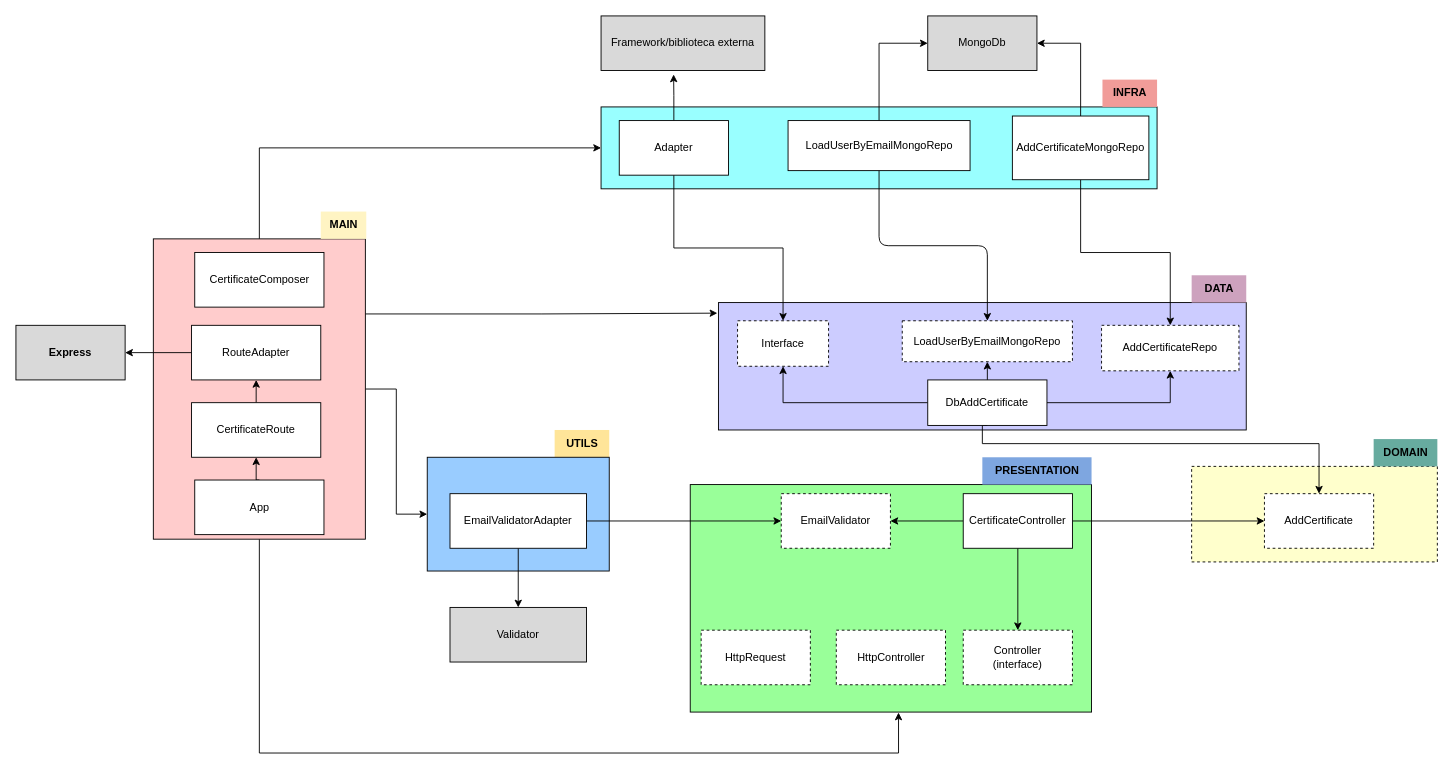
Before: clean-architecture-certificates.drawio in zoccalucas/engenharia-de-software, a draw.io diagram. Source tidied: cells renumbered, new cells numbered last; positions are measured from the earlier drawing's top-left corner, leaving out a move shared by most shapes. Both pictures are drawn from the tidied source at 91%, with x=0, y=0 at pixel (15, 15).
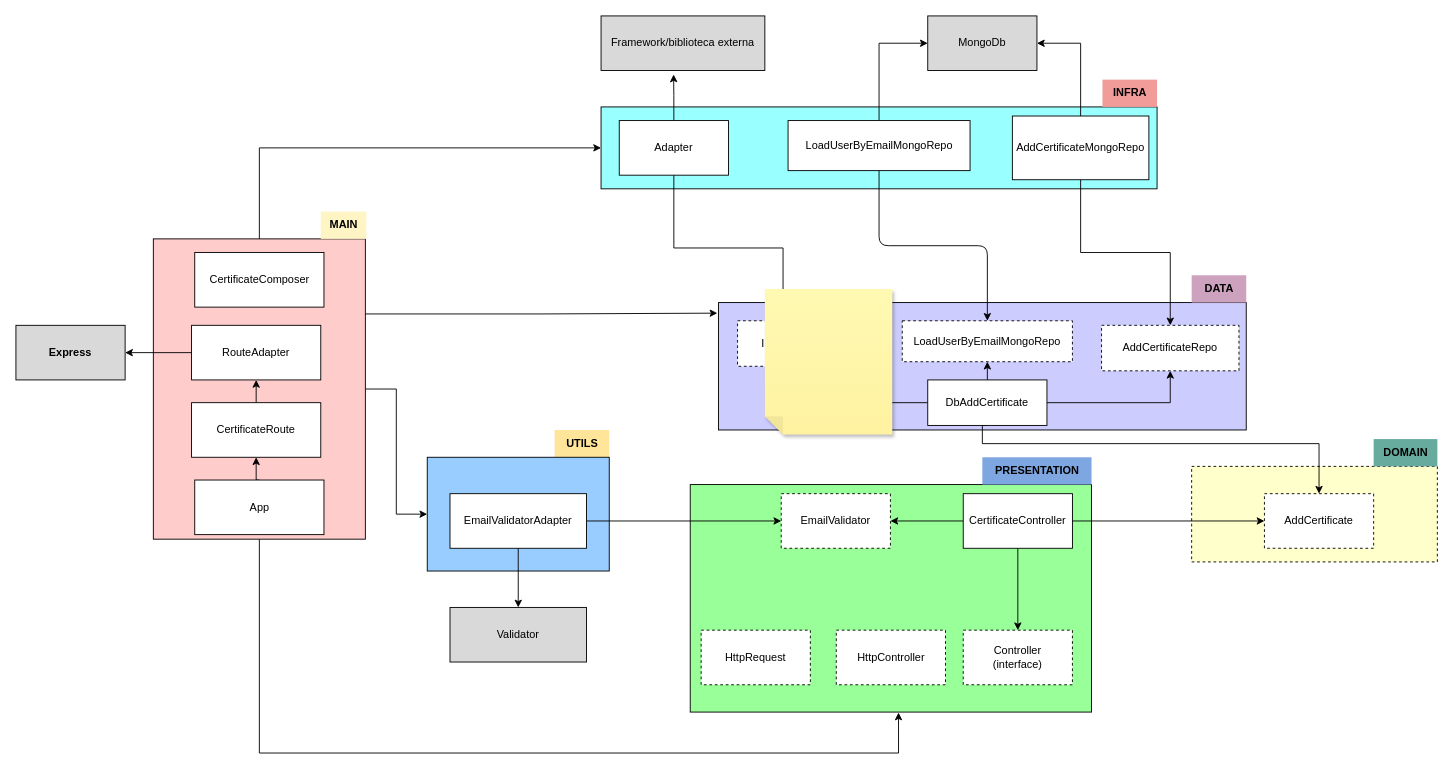
Above is the later version.

Diff of the diagram source:
```diff
@@
+    <mxCell id="59" style="shape=note;whiteSpace=wrap;html=1;backgroundOutline=1;fontColor=#000000;darkOpacity=0.05;fillColor=#FFF9B2;strokeColor=none;fillStyle=solid;direction=west;gradientDirection=north;gradientColor=#FFF2A1;shadow=1;size=20;" parent="1" vertex="1">
+      <mxGeometry x="823" y="300" width="140" height="160" as="geometry" />
+    </mxCell>
```
